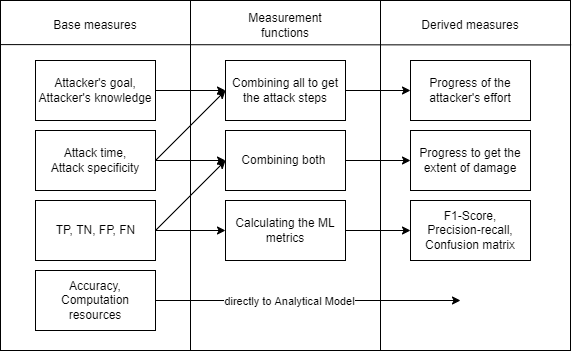
The draw.io diagram masterthesis_tex/pictures/derived_measures.png in EvilWatermelon/Adversarial-Machine-Learning, before a commit. Source tidied: cells renumbered, new cells last; positions are measured from the earlier drawing's top-left corner, leaving out a move shared by most shapes.
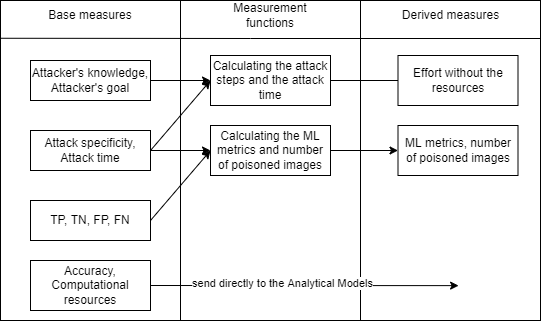
The same diagram one commit later.

The edit, as a diff of the source:
```diff
@@ -2,91 +2,81 @@
   <root>
     <mxCell id="0" />
     <mxCell id="1" parent="0" />
-    <mxCell id="2" style="rounded=0;whiteSpace=wrap;html=1;" parent="1" vertex="1">
-      <mxGeometry x="370" width="200" height="350" as="geometry" />
-    </mxCell>
-    <mxCell id="3" style="rounded=0;whiteSpace=wrap;html=1;" parent="1" vertex="1">
-      <mxGeometry width="190" height="350" as="geometry" />
-    </mxCell>
+    <mxCell id="30" style="rounded=0;whiteSpace=wrap;html=1;" parent="1" vertex="1">
+      <mxGeometry x="100" y="-40" width="180" height="320" as="geometry" />
+    </mxCell>
+    <mxCell id="31" style="rounded=0;whiteSpace=wrap;html=1;" parent="1" vertex="1">
+      <mxGeometry x="280" y="-40" width="180" height="320" as="geometry" />
+    </mxCell>
+    <mxCell id="32" style="rounded=0;whiteSpace=wrap;html=1;" parent="1" vertex="1">
+      <mxGeometry x="460" y="-40" width="180" height="320" as="geometry" />
+    </mxCell>
+    <mxCell id="33" style="endArrow=none;html=1;rounded=0;exitX=0;exitY=0.118;exitDx=0;exitDy=0;exitPerimeter=0;" parent="1" edge="1" source="30">
+      <mxGeometry relative="1" as="geometry">
+        <mxPoint x="640" y="-2" as="targetPoint" />
+        <Array as="points">
+          <mxPoint x="350" y="-2" />
+        </Array>
+      </mxGeometry>
+    </mxCell>
     <mxCell id="4" value="Base measures" style="text;html=1;strokeColor=none;fillColor=none;align=center;verticalAlign=middle;whiteSpace=wrap;rounded=0;" parent="1" vertex="1">
-      <mxGeometry x="45" y="10" width="100" height="30" as="geometry" />
+      <mxGeometry x="145" y="-40" width="90" height="30" as="geometry" />
     </mxCell>
-    <mxCell id="5" value="Attack time,&lt;br&gt;Attack specificity" style="rounded=0;whiteSpace=wrap;html=1;" parent="1" vertex="1">
-      <mxGeometry x="35" y="130" width="120" height="60" as="geometry" />
-    </mxCell>
-    <mxCell id="6" value="Accuracy,&lt;br&gt;Computation resources" style="rounded=0;whiteSpace=wrap;html=1;" parent="1" vertex="1">
-      <mxGeometry x="35" y="270" width="120" height="60" as="geometry" />
-    </mxCell>
-    <mxCell id="7" value="Attacker's goal,&lt;br&gt;Attacker's knowledge" style="rounded=0;whiteSpace=wrap;html=1;" parent="1" vertex="1">
-      <mxGeometry x="35" y="60" width="120" height="60" as="geometry" />
-    </mxCell>
-    <mxCell id="8" style="rounded=0;whiteSpace=wrap;html=1;" parent="1" vertex="1">
-      <mxGeometry x="35" y="200" width="120" height="60" as="geometry" />
-    </mxCell>
+    <mxCell id="15" value="Measurement functions" style="text;html=1;strokeColor=none;fillColor=none;align=center;verticalAlign=middle;whiteSpace=wrap;rounded=0;" parent="1" vertex="1">
+      <mxGeometry x="325" y="-40" width="90" height="30" as="geometry" />
+    </mxCell>
+    <mxCell id="14" value="Derived measures" style="text;html=1;strokeColor=none;fillColor=none;align=center;verticalAlign=middle;whiteSpace=wrap;rounded=0;" parent="1" vertex="1">
+      <mxGeometry x="497.5" y="-40" width="105" height="30" as="geometry" />
+    </mxCell>
+    <mxCell id="34" value="Attacker's knowledge,&lt;br&gt;Attacker's goal" style="rounded=0;whiteSpace=wrap;html=1;" parent="1" vertex="1">
+      <mxGeometry x="130" y="20" width="120" height="40" as="geometry" />
+    </mxCell>
+    <mxCell id="35" value="Attack specificity,&lt;br&gt;Attack time" style="rounded=0;whiteSpace=wrap;html=1;" parent="1" vertex="1">
+      <mxGeometry x="130" y="90" width="120" height="40" as="geometry" />
+    </mxCell>
-    <mxCell id="9" value="TP, TN, FP, FN" style="text;html=1;strokeColor=none;fillColor=none;align=center;verticalAlign=middle;whiteSpace=wrap;rounded=0;" parent="1" vertex="1">
-      <mxGeometry x="47.5" y="215" width="95" height="30" as="geometry" />
+    <mxCell id="9" value="TP, TN, FP, FN" style="rounded=0;whiteSpace=wrap;html=1;" parent="1" vertex="1">
+      <mxGeometry x="130" y="160" width="120" height="40" as="geometry" />
     </mxCell>
-    <mxCell id="10" style="rounded=0;whiteSpace=wrap;html=1;" parent="1" vertex="1">
-      <mxGeometry x="190" width="190" height="350" as="geometry" />
-    </mxCell>
-    <mxCell id="11" value="Progress of the attacker's effort" style="rounded=0;whiteSpace=wrap;html=1;" parent="1" vertex="1">
-      <mxGeometry x="410" y="60" width="120" height="60" as="geometry" />
-    </mxCell>
-    <mxCell id="12" value="Progress to get the extent of damage" style="rounded=0;whiteSpace=wrap;html=1;" parent="1" vertex="1">
-      <mxGeometry x="410" y="130" width="120" height="60" as="geometry" />
-    </mxCell>
-    <mxCell id="13" value="F1-Score,&lt;br&gt;Precision-recall,&lt;br&gt;Confusion matrix" style="rounded=0;whiteSpace=wrap;html=1;" parent="1" vertex="1">
-      <mxGeometry x="410" y="200" width="120" height="60" as="geometry" />
-    </mxCell>
-    <mxCell id="14" value="Derived measures" style="text;html=1;strokeColor=none;fillColor=none;align=center;verticalAlign=middle;whiteSpace=wrap;rounded=0;" parent="1" vertex="1">
-      <mxGeometry x="415" y="10" width="110" height="30" as="geometry" />
-    </mxCell>
-    <mxCell id="15" value="Measurement functions" style="text;html=1;strokeColor=none;fillColor=none;align=center;verticalAlign=middle;whiteSpace=wrap;rounded=0;" parent="1" vertex="1">
-      <mxGeometry x="230" y="10" width="110" height="30" as="geometry" />
-    </mxCell>
-    <mxCell id="16" style="endArrow=classic;html=1;rounded=0;exitX=1;exitY=0.5;exitDx=0;exitDy=0;" parent="1" edge="1" source="6">
-      <mxGeometry relative="1" as="geometry">
-        <mxPoint x="460" y="300" as="targetPoint" />
-      </mxGeometry>
-    </mxCell>
-    <mxCell id="17" value="directly to Analytical Model" style="edgeLabel;html=1;align=center;verticalAlign=middle;" parent="16" vertex="1">
-      <mxGeometry x="-0.13" relative="1" as="geometry" />
-    </mxCell>
-    <mxCell id="18" value="Combining all to get the attack steps" style="rounded=0;whiteSpace=wrap;html=1;" parent="1" vertex="1">
-      <mxGeometry x="225" y="60" width="120" height="60" as="geometry" />
-    </mxCell>
-    <mxCell id="19" value="Calculating the ML metrics" style="rounded=0;whiteSpace=wrap;html=1;" parent="1" vertex="1">
-      <mxGeometry x="225" y="200" width="120" height="60" as="geometry" />
-    </mxCell>
-    <mxCell id="20" value="Combining both&amp;nbsp;" style="rounded=0;whiteSpace=wrap;html=1;" parent="1" vertex="1">
-      <mxGeometry x="225" y="130" width="120" height="60" as="geometry" />
-    </mxCell>
-    <mxCell id="21" style="endArrow=classic;html=1;rounded=0;exitX=1;exitY=0.5;exitDx=0;exitDy=0;entryX=0;entryY=0.5;entryDx=0;entryDy=0;" parent="1" edge="1" source="8" target="19">
-      <mxGeometry relative="1" as="geometry" />
-    </mxCell>
-    <mxCell id="22" style="endArrow=classic;html=1;rounded=0;exitX=1;exitY=0.5;exitDx=0;exitDy=0;entryX=0;entryY=0.5;entryDx=0;entryDy=0;" parent="1" edge="1" source="19" target="13">
-      <mxGeometry relative="1" as="geometry" />
-    </mxCell>
-    <mxCell id="23" style="endArrow=classic;html=1;rounded=0;exitX=1;exitY=0.5;exitDx=0;exitDy=0;entryX=0;entryY=0.5;entryDx=0;entryDy=0;" parent="1" edge="1" source="5" target="20">
-      <mxGeometry relative="1" as="geometry" />
-    </mxCell>
-    <mxCell id="24" style="endArrow=classic;html=1;rounded=0;exitX=1;exitY=0.5;exitDx=0;exitDy=0;entryX=0;entryY=0.5;entryDx=0;entryDy=0;" parent="1" edge="1" source="5" target="18">
-      <mxGeometry relative="1" as="geometry" />
-    </mxCell>
-    <mxCell id="25" style="endArrow=classic;html=1;rounded=0;exitX=1;exitY=0.5;exitDx=0;exitDy=0;entryX=0;entryY=0.5;entryDx=0;entryDy=0;" parent="1" edge="1" source="7" target="18">
-      <mxGeometry relative="1" as="geometry" />
-    </mxCell>
-    <mxCell id="26" style="endArrow=classic;html=1;rounded=0;entryX=0;entryY=0.5;entryDx=0;entryDy=0;exitX=1;exitY=0.5;exitDx=0;exitDy=0;" parent="1" edge="1" source="20" target="12">
-      <mxGeometry relative="1" as="geometry" />
-    </mxCell>
-    <mxCell id="27" style="endArrow=classic;html=1;rounded=0;entryX=0;entryY=0.5;entryDx=0;entryDy=0;exitX=1;exitY=0.5;exitDx=0;exitDy=0;" parent="1" edge="1" source="18" target="11">
-      <mxGeometry relative="1" as="geometry" />
-    </mxCell>
-    <mxCell id="28" style="endArrow=none;html=1;rounded=0;exitX=0;exitY=0.126;exitDx=0;exitDy=0;exitPerimeter=0;entryX=1.003;entryY=0.127;entryDx=0;entryDy=0;entryPerimeter=0;" parent="1" edge="1" source="3" target="2">
-      <mxGeometry relative="1" as="geometry" />
-    </mxCell>
-    <mxCell id="29" style="endArrow=classic;html=1;rounded=0;exitX=1;exitY=0.5;exitDx=0;exitDy=0;entryX=0;entryY=0.5;entryDx=0;entryDy=0;" parent="1" edge="1" source="8" target="20">
-      <mxGeometry relative="1" as="geometry" />
-    </mxCell>
+    <mxCell id="36" value="Accuracy, Computational resources" style="rounded=0;whiteSpace=wrap;html=1;" parent="1" vertex="1">
+      <mxGeometry x="130" y="220" width="120" height="50" as="geometry" />
+    </mxCell>
+    <mxCell id="37" value="Calculating the attack steps and the attack time" style="rounded=0;whiteSpace=wrap;html=1;" parent="1" vertex="1">
+      <mxGeometry x="310" y="15" width="120" height="50" as="geometry" />
+    </mxCell>
+    <mxCell id="38" value="Calculating the ML metrics and number of poisoned images" style="rounded=0;whiteSpace=wrap;html=1;" parent="1" vertex="1">
+      <mxGeometry x="310" y="85" width="120" height="50" as="geometry" />
+    </mxCell>
+    <mxCell id="39" style="endArrow=classic;html=1;rounded=0;exitX=1;exitY=0.5;exitDx=0;exitDy=0;entryX=0;entryY=0.5;entryDx=0;entryDy=0;" parent="1" edge="1" source="35" target="38">
+      <mxGeometry relative="1" as="geometry" />
+    </mxCell>
+    <mxCell id="40" style="endArrow=classic;html=1;rounded=0;exitX=1;exitY=0.5;exitDx=0;exitDy=0;entryX=0;entryY=0.5;entryDx=0;entryDy=0;" parent="1" edge="1" source="34" target="37">
+      <mxGeometry relative="1" as="geometry" />
+    </mxCell>
+    <mxCell id="41" style="endArrow=classic;html=1;rounded=0;exitX=1;exitY=0.5;exitDx=0;exitDy=0;entryX=0;entryY=0.5;entryDx=0;entryDy=0;" parent="1" edge="1" source="35" target="37">
+      <mxGeometry relative="1" as="geometry" />
+    </mxCell>
+    <mxCell id="42" style="endArrow=classic;html=1;rounded=0;exitX=1;exitY=0.5;exitDx=0;exitDy=0;entryX=0;entryY=0.5;entryDx=0;entryDy=0;" parent="1" edge="1" source="9" target="38">
+      <mxGeometry relative="1" as="geometry" />
+    </mxCell>
+    <mxCell id="43" style="endArrow=classic;html=1;rounded=0;exitX=1;exitY=0.5;exitDx=0;exitDy=0;entryX=0.545;entryY=0.891;entryDx=0;entryDy=0;entryPerimeter=0;" parent="1" edge="1" source="36" target="32">
+      <mxGeometry relative="1" as="geometry" />
+    </mxCell>
+    <mxCell id="44" value="send directly to the Analytical Models" style="edgeLabel;html=1;align=center;verticalAlign=middle;" parent="43" vertex="1">
+      <mxGeometry x="-0.14" y="2" relative="1" as="geometry" />
+    </mxCell>
+    <mxCell id="45" value="ML metrics, number of poisoned images" style="rounded=0;whiteSpace=wrap;html=1;" parent="1" vertex="1">
+      <mxGeometry x="497.5" y="85" width="120" height="50" as="geometry" />
+    </mxCell>
+    <mxCell id="46" style="endArrow=classic;html=1;rounded=0;exitX=1;exitY=0.5;exitDx=0;exitDy=0;entryX=0;entryY=0.5;entryDx=0;entryDy=0;" parent="1" edge="1" source="38" target="45">
+      <mxGeometry relative="1" as="geometry" />
+    </mxCell>
+    <mxCell id="47" style="endArrow=classic;html=1;rounded=0;exitX=1;exitY=0.5;exitDx=0;exitDy=0;entryX=0;entryY=0.5;entryDx=0;entryDy=0;" parent="1" edge="1" source="37">
+      <mxGeometry relative="1" as="geometry">
+        <mxPoint x="537.5" y="40" as="targetPoint" />
+      </mxGeometry>
+    </mxCell>
+    <mxCell id="48" value="Effort without the resources" style="rounded=0;whiteSpace=wrap;html=1;" parent="1" vertex="1">
+      <mxGeometry x="497.5" y="15" width="120" height="50" as="geometry" />
+    </mxCell>
   </root>
 </mxGraphModel>
```
